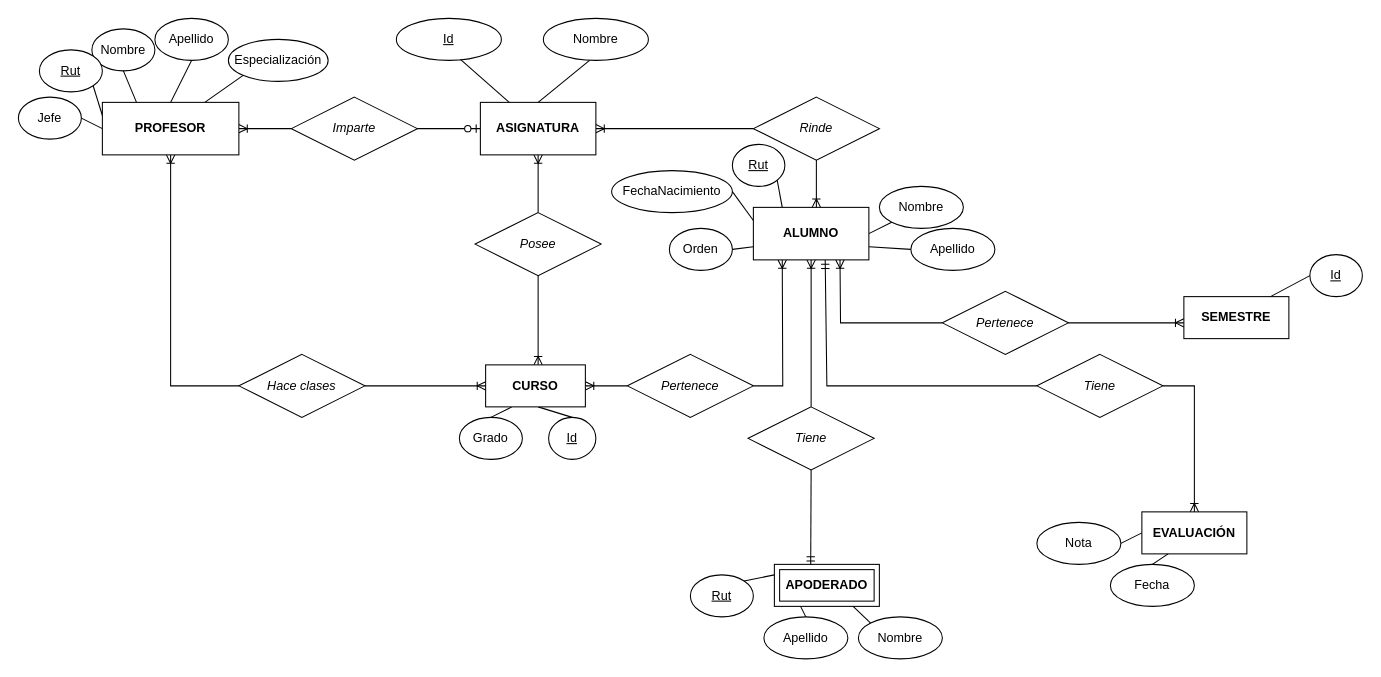
The draw.io diagram Mer colegio modificado 2.drawio in Javierlq/proyectoBD, before the edit. Source tidied: cells renumbered, new cells numbered last; positions are measured from the earlier drawing's top-left corner, leaving out a move shared by most shapes. Both pictures are drawn from the tidied source at 105%, with x=0, y=0 at pixel (18, 18).
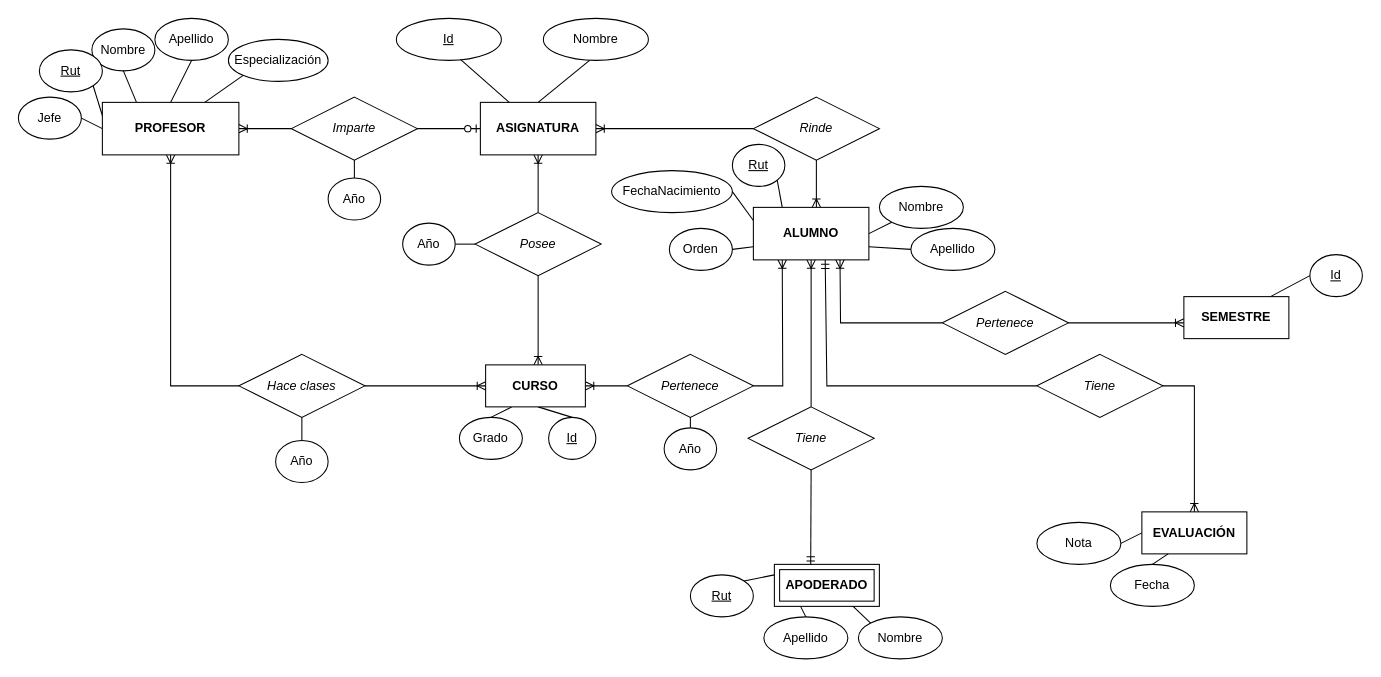
Above is the later version.

The change refers to these unchanged cells:
```xml
<mxCell id="2" value="&lt;i&gt;Imparte&lt;/i&gt;" style="shape=rhombus;perimeter=rhombusPerimeter;whiteSpace=wrap;html=1;align=center;" parent="1" vertex="1">
  <mxGeometry x="260" y="75" width="120" height="60" as="geometry" />
</mxCell>
<mxCell id="5" value="&lt;i&gt;Hace clases&lt;/i&gt;" style="shape=rhombus;perimeter=rhombusPerimeter;whiteSpace=wrap;html=1;align=center;" parent="1" vertex="1">
  <mxGeometry x="210" y="320" width="120" height="60" as="geometry" />
</mxCell>
<mxCell id="8" value="&lt;i&gt;Pertenece&lt;/i&gt;" style="shape=rhombus;perimeter=rhombusPerimeter;whiteSpace=wrap;html=1;align=center;" parent="1" vertex="1">
  <mxGeometry x="580" y="320" width="120" height="60" as="geometry" />
</mxCell>
<mxCell id="48" value="&lt;i&gt;Posee&lt;/i&gt;" style="shape=rhombus;perimeter=rhombusPerimeter;whiteSpace=wrap;html=1;align=center;" parent="1" vertex="1">
  <mxGeometry x="435" y="185" width="120" height="60" as="geometry" />
</mxCell>
```

The edit, as a diff of the source:
```diff
@@
+    <mxCell id="73" style="endArrow=none;html=1;rounded=0;entryX=0.5;entryY=1;entryDx=0;entryDy=0;exitX=0.5;exitY=0;exitDx=0;exitDy=0;" parent="1" edge="1" source="74" target="8">
+      <mxGeometry relative="1" as="geometry" />
+    </mxCell>
+    <mxCell id="74" value="Año" style="ellipse;whiteSpace=wrap;html=1;align=center;" parent="1" vertex="1">
+      <mxGeometry x="615" y="390" width="50" height="40" as="geometry" />
+    </mxCell>
+    <mxCell id="75" value="Año" style="ellipse;whiteSpace=wrap;html=1;align=center;" parent="1" vertex="1">
+      <mxGeometry x="295" y="152" width="50" height="40" as="geometry" />
+    </mxCell>
+    <mxCell id="76" value="Año" style="ellipse;whiteSpace=wrap;html=1;align=center;" parent="1" vertex="1">
+      <mxGeometry x="366" y="195" width="50" height="40" as="geometry" />
+    </mxCell>
+    <mxCell id="77" style="endArrow=none;html=1;rounded=0;entryX=0;entryY=0.5;entryDx=0;entryDy=0;exitX=1;exitY=0.5;exitDx=0;exitDy=0;" parent="1" edge="1" source="76" target="48">
+      <mxGeometry relative="1" as="geometry" />
+    </mxCell>
+    <mxCell id="78" style="endArrow=none;html=1;rounded=0;entryX=0.5;entryY=1;entryDx=0;entryDy=0;exitX=0.5;exitY=0;exitDx=0;exitDy=0;" parent="1" edge="1" source="75" target="2">
+      <mxGeometry relative="1" as="geometry" />
+    </mxCell>
+    <mxCell id="79" value="Año" style="ellipse;whiteSpace=wrap;html=1;align=center;" parent="1" vertex="1">
+      <mxGeometry x="245" y="402" width="50" height="40" as="geometry" />
+    </mxCell>
+    <mxCell id="80" style="endArrow=none;html=1;rounded=0;entryX=0.5;entryY=1;entryDx=0;entryDy=0;exitX=0.5;exitY=0;exitDx=0;exitDy=0;" parent="1" edge="1" source="79" target="5">
+      <mxGeometry relative="1" as="geometry" />
+    </mxCell>
```
